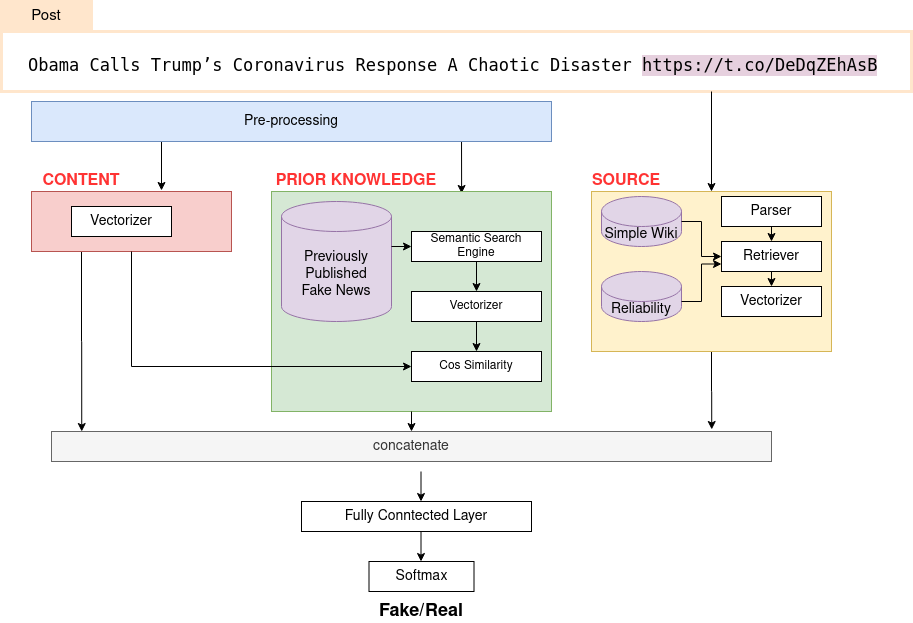
Before: images/FakeNewsDetectionFramework.png, a diagram exported from draw.io (isspek/FakeNewsDetectionFramework). Source tidied: cells renumbered, new cells last; positions are measured from the earlier drawing's top-left corner, leaving out a move shared by most shapes.
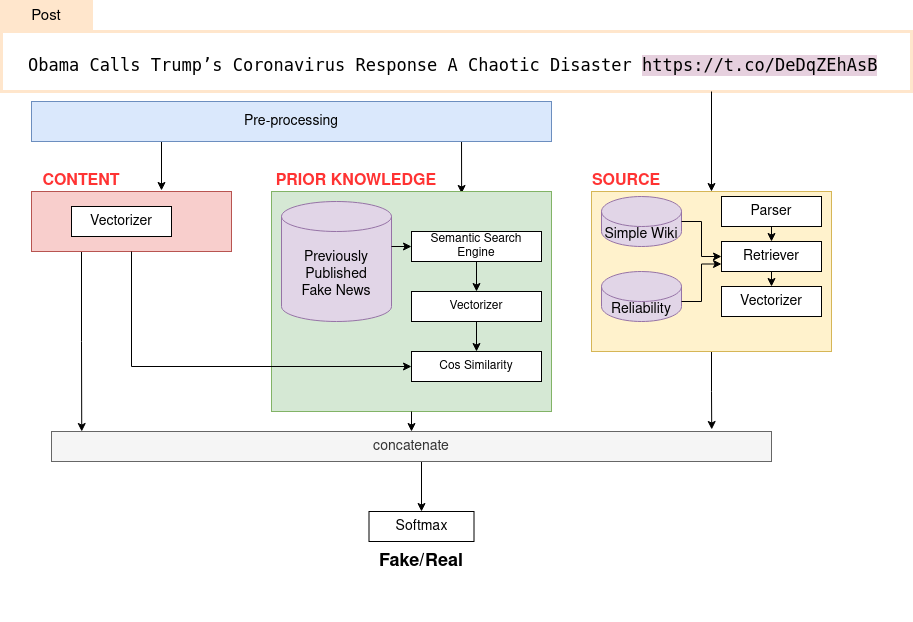
Above is the later version.

Diff of the diagram source:
```diff
@@ -16,24 +16,15 @@
     <mxCell id="5" style="rounded=0;whiteSpace=wrap;html=1;fillColor=#d5e8d4;strokeColor=#82b366;" parent="4" vertex="1">
       <mxGeometry x="240" y="20" width="280" height="220" as="geometry" />
     </mxCell>
-    <mxCell id="6" value="&lt;font style=&quot;font-size: 14px&quot;&gt;&lt;span style=&quot;background-color: rgb(255 , 255 , 255)&quot;&gt;&lt;font style=&quot;font-size: 14px&quot; color=&quot;#000000&quot;&gt;Fully Conntected Layer&lt;/font&gt;&lt;/span&gt;&lt;/font&gt;" style="rounded=0;whiteSpace=wrap;html=1;fontSize=12;fontColor=#D5E8D4;" parent="4" vertex="1">
-      <mxGeometry x="270" y="330" width="230" height="30" as="geometry" />
-    </mxCell>
     <mxCell id="7" value="&lt;font style=&quot;font-size: 18px&quot;&gt;&lt;b&gt;Fake/Real&lt;/b&gt;&lt;/font&gt;" style="text;html=1;strokeColor=none;fillColor=none;align=center;verticalAlign=middle;whiteSpace=wrap;rounded=0;" parent="4" vertex="1">
-      <mxGeometry x="370" y="430" width="40" height="20" as="geometry" />
+      <mxGeometry x="370" y="380" width="40" height="20" as="geometry" />
     </mxCell>
     <mxCell id="8" style="endArrow=classic;html=1;" parent="4" edge="1">
       <mxGeometry relative="1" as="geometry">
-        <mxPoint x="389.5" y="360" as="sourcePoint" />
-        <mxPoint x="389.5" y="390" as="targetPoint" />
+        <mxPoint x="390" y="290" as="sourcePoint" />
+        <mxPoint x="390" y="340" as="targetPoint" />
       </mxGeometry>
     </mxCell>
-    <mxCell id="9" style="endArrow=classic;html=1;" parent="4" edge="1">
-      <mxGeometry relative="1" as="geometry">
-        <mxPoint x="389.5" y="300" as="sourcePoint" />
-        <mxPoint x="389.5" y="330" as="targetPoint" />
-      </mxGeometry>
-    </mxCell>
     <mxCell id="10" value="&lt;font style=&quot;font-size: 14px&quot;&gt;concatenate&lt;/font&gt;" style="rounded=0;whiteSpace=wrap;html=1;fillColor=#f5f5f5;strokeColor=#666666;fontColor=#333333;" parent="4" vertex="1">
       <mxGeometry x="20" y="260" width="720" height="30" as="geometry" />
     </mxCell>
@@ -113,7 +104,7 @@
       <mxGeometry x="540" width="110" height="20" as="geometry" />
     </mxCell>
     <mxCell id="36" value="&lt;font style=&quot;font-size: 14px&quot;&gt;&lt;span style=&quot;background-color: rgb(255 , 255 , 255)&quot;&gt;&lt;font style=&quot;font-size: 14px&quot; color=&quot;#000000&quot;&gt;Softmax&lt;/font&gt;&lt;/span&gt;&lt;/font&gt;" style="rounded=0;whiteSpace=wrap;html=1;fontSize=12;fontColor=#D5E8D4;" parent="4" vertex="1">
-      <mxGeometry x="337.5" y="390" width="105" height="30" as="geometry" />
+      <mxGeometry x="337.5" y="340" width="105" height="30" as="geometry" />
     </mxCell>
     <mxCell id="37" style="endArrow=classic;html=1;" parent="4" edge="1">
       <mxGeometry relative="1" as="geometry">
```
